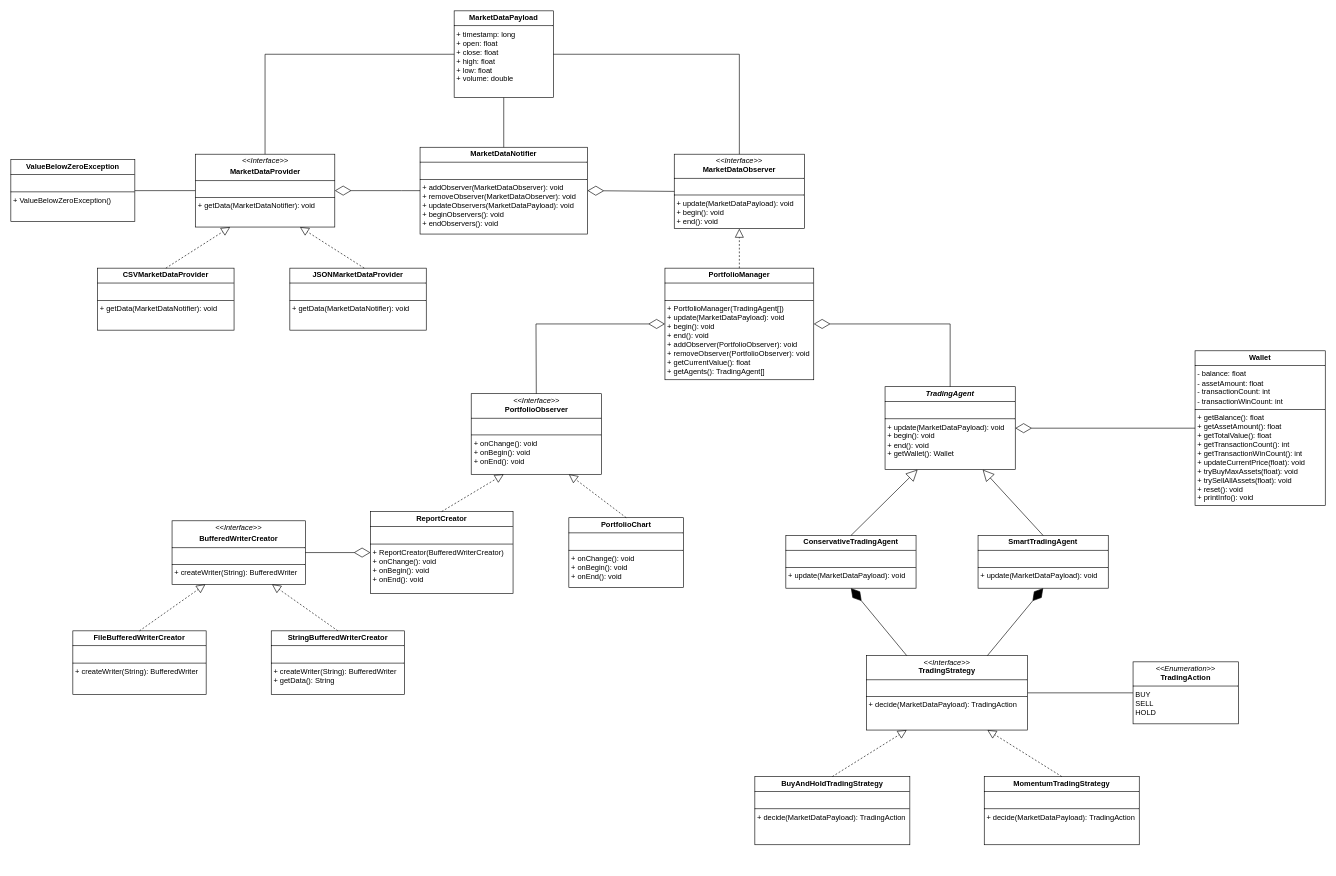
Earlier version of the draw.io diagram assets/uml.drawio (Filipeak/mini-hedge-fund). Source tidied: cells renumbered, new cells numbered last; positions are measured from the earlier drawing's top-left corner, leaving out a move shared by most shapes. Both pictures are drawn from the tidied source at 62%, with x=0, y=0 at pixel (11, 11).
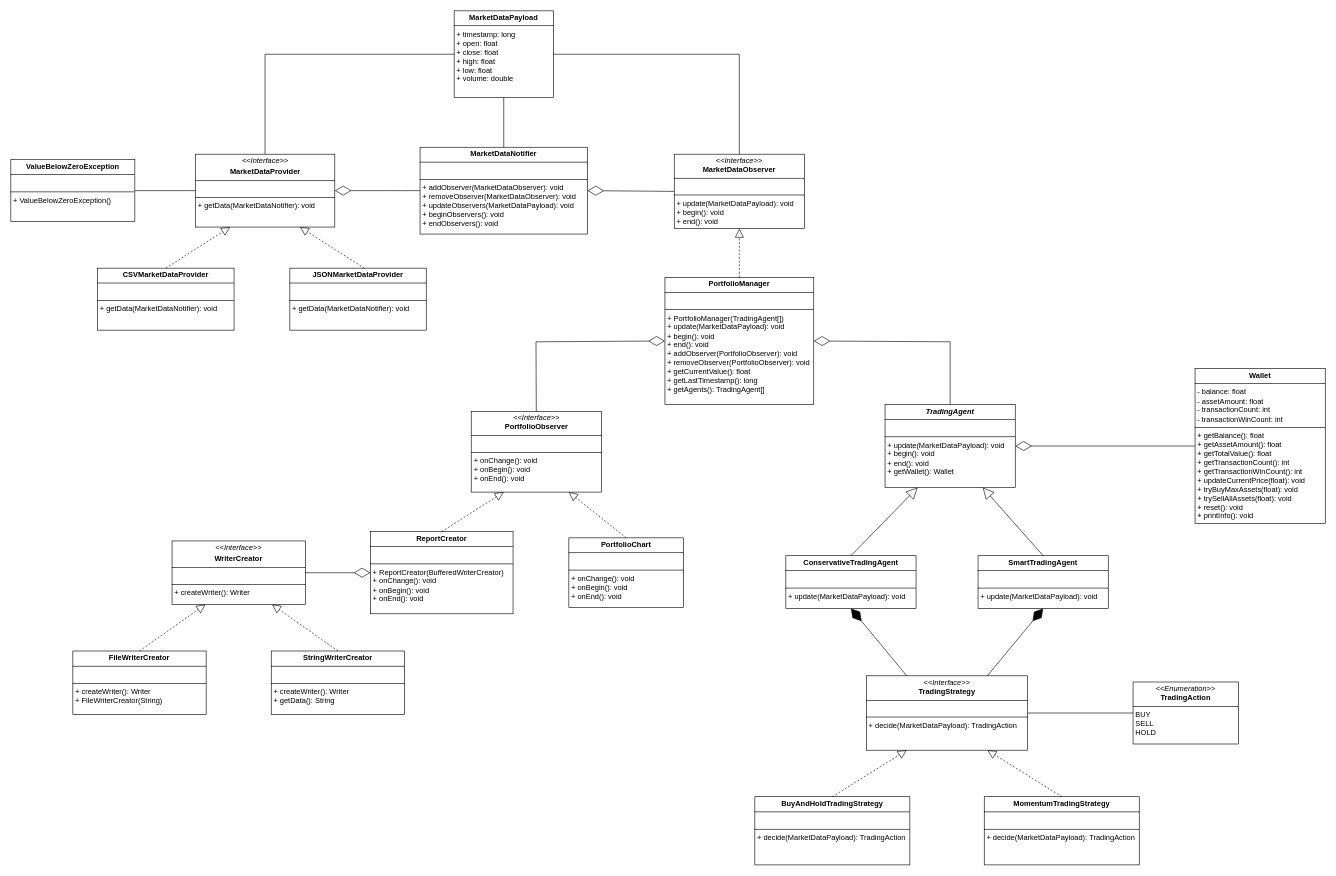
The same diagram, later.

Commit message (it also covers changes not shown here):
Adjust architecture to code requirements

What changed in the source:
```diff
@@
     <mxCell id="5" value="&lt;p style=&quot;margin:0px;margin-top:4px;text-align:center;&quot;&gt;&lt;b style=&quot;background-color: transparent; color: light-dark(rgb(0, 0, 0), rgb(255, 255, 255));&quot;&gt;&lt;i&gt;TradingAgent&lt;/i&gt;&lt;/b&gt;&lt;/p&gt;&lt;hr size=&quot;1&quot; style=&quot;border-style:solid;&quot;&gt;&lt;p style=&quot;margin:0px;margin-left:4px;&quot;&gt;&lt;br&gt;&lt;/p&gt;&lt;hr size=&quot;1&quot; style=&quot;border-style:solid;&quot;&gt;&lt;p style=&quot;margin:0px;margin-left:4px;&quot;&gt;+ update(MarketDataPayload): void&lt;/p&gt;&lt;p style=&quot;margin:0px;margin-left:4px;&quot;&gt;+ begin(): void&lt;/p&gt;&lt;p style=&quot;margin:0px;margin-left:4px;&quot;&gt;+ end(): void&lt;/p&gt;&lt;p style=&quot;margin:0px;margin-left:4px;&quot;&gt;+ getWallet(): Wallet&lt;/p&gt;&lt;p style=&quot;margin:0px;margin-left:4px;&quot;&gt;&lt;br&gt;&lt;/p&gt;" style="verticalAlign=top;align=left;overflow=fill;html=1;whiteSpace=wrap;" parent="1" vertex="1">
-      <mxGeometry x="1410" y="606.2" width="210" height="133.8" as="geometry" />
+      <mxGeometry x="1410" y="635" width="210" height="133.8" as="geometry" />
     </mxCell>
     <mxCell id="6" value="&lt;p style=&quot;margin:0px;margin-top:4px;text-align:center;&quot;&gt;&lt;b&gt;ConservativeTradingAgent&lt;/b&gt;&lt;/p&gt;&lt;hr size=&quot;1&quot; style=&quot;border-style:solid;&quot;&gt;&lt;p style=&quot;margin:0px;margin-left:4px;&quot;&gt;&lt;br&gt;&lt;/p&gt;&lt;hr size=&quot;1&quot; style=&quot;border-style:solid;&quot;&gt;&lt;p style=&quot;margin: 0px 0px 0px 4px;&quot;&gt;+ update(MarketDataPayload): void&lt;/p&gt;&lt;p style=&quot;margin:0px;margin-left:4px;&quot;&gt;&lt;br&gt;&lt;/p&gt;" style="verticalAlign=top;align=left;overflow=fill;html=1;whiteSpace=wrap;" parent="1" vertex="1">
-      <mxGeometry x="1250" y="846.2" width="210" height="85" as="geometry" />
+      <mxGeometry x="1250" y="878.8" width="210" height="85" as="geometry" />
     </mxCell>
     <mxCell id="7" value="&lt;p style=&quot;margin:0px;margin-top:4px;text-align:center;&quot;&gt;&lt;b&gt;SmartTradingAgent&lt;/b&gt;&lt;/p&gt;&lt;hr size=&quot;1&quot; style=&quot;border-style:solid;&quot;&gt;&lt;p style=&quot;margin:0px;margin-left:4px;&quot;&gt;&lt;br&gt;&lt;/p&gt;&lt;hr size=&quot;1&quot; style=&quot;border-style:solid;&quot;&gt;&lt;p style=&quot;margin: 0px 0px 0px 4px;&quot;&gt;+ update(MarketDataPayload): void&lt;/p&gt;" style="verticalAlign=top;align=left;overflow=fill;html=1;whiteSpace=wrap;" parent="1" vertex="1">
-      <mxGeometry x="1560" y="846.2" width="210" height="85" as="geometry" />
+      <mxGeometry x="1560" y="878.8" width="210" height="85" as="geometry" />
     </mxCell>
     <mxCell id="8" value="&lt;p style=&quot;margin:0px;margin-top:4px;text-align:center;&quot;&gt;&lt;i&gt;&amp;lt;&amp;lt;Interface&amp;gt;&amp;gt;&lt;/i&gt;&lt;br&gt;&lt;b&gt;TradingStrategy&lt;/b&gt;&lt;/p&gt;&lt;hr size=&quot;1&quot; style=&quot;border-style:solid;&quot;&gt;&lt;p style=&quot;margin:0px;margin-left:4px;&quot;&gt;&lt;br&gt;&lt;/p&gt;&lt;hr size=&quot;1&quot; style=&quot;border-style:solid;&quot;&gt;&lt;p style=&quot;margin:0px;margin-left:4px;&quot;&gt;+ decide(MarketDataPayload): TradingAction&lt;br&gt;&lt;/p&gt;" style="verticalAlign=top;align=left;overflow=fill;html=1;whiteSpace=wrap;" parent="1" vertex="1">
-      <mxGeometry x="1380" y="1040" width="260" height="120" as="geometry" />
+      <mxGeometry x="1380" y="1072.5" width="260" height="120" as="geometry" />
     </mxCell>
     <mxCell id="9" value="&lt;p style=&quot;margin:0px;margin-top:4px;text-align:center;&quot;&gt;&lt;i&gt;&amp;lt;&amp;lt;Enumeration&amp;gt;&amp;gt;&lt;/i&gt;&lt;br&gt;&lt;b&gt;TradingAction&lt;/b&gt;&lt;/p&gt;&lt;hr size=&quot;1&quot; style=&quot;border-style:solid;&quot;&gt;&lt;p style=&quot;margin:0px;margin-left:4px;&quot;&gt;BUY&lt;/p&gt;&lt;p style=&quot;margin:0px;margin-left:4px;&quot;&gt;SELL&lt;/p&gt;&lt;p style=&quot;margin:0px;margin-left:4px;&quot;&gt;HOLD&lt;/p&gt;" style="verticalAlign=top;align=left;overflow=fill;html=1;whiteSpace=wrap;" parent="1" vertex="1">
-      <mxGeometry x="1810" y="1050" width="170" height="100" as="geometry" />
+      <mxGeometry x="1810" y="1082.5" width="170" height="100" as="geometry" />
     </mxCell>
@@
     <mxCell id="11" value="&lt;p style=&quot;margin:0px;margin-top:4px;text-align:center;&quot;&gt;&lt;b&gt;BuyAndHoldTradingStrategy&lt;/b&gt;&lt;/p&gt;&lt;hr size=&quot;1&quot; style=&quot;border-style:solid;&quot;&gt;&lt;p style=&quot;margin:0px;margin-left:4px;&quot;&gt;&lt;br&gt;&lt;/p&gt;&lt;hr size=&quot;1&quot; style=&quot;border-style:solid;&quot;&gt;&lt;p style=&quot;margin:0px;margin-left:4px;&quot;&gt;+ decide(MarketDataPayload):&amp;nbsp;&lt;span style=&quot;background-color: transparent; color: light-dark(rgb(0, 0, 0), rgb(255, 255, 255));&quot;&gt;TradingAction&lt;/span&gt;&lt;br&gt;&lt;/p&gt;&lt;p style=&quot;margin:0px;margin-left:4px;&quot;&gt;&lt;br&gt;&lt;/p&gt;" style="verticalAlign=top;align=left;overflow=fill;html=1;whiteSpace=wrap;" parent="1" vertex="1">
-      <mxGeometry x="1200" y="1235" width="250" height="110" as="geometry" />
+      <mxGeometry x="1200" y="1267.5" width="250" height="110" as="geometry" />
     </mxCell>
     <mxCell id="12" value="&lt;p style=&quot;margin:0px;margin-top:4px;text-align:center;&quot;&gt;&lt;b&gt;MomentumTradingStrategy&lt;/b&gt;&lt;/p&gt;&lt;hr size=&quot;1&quot; style=&quot;border-style:solid;&quot;&gt;&lt;p style=&quot;margin:0px;margin-left:4px;&quot;&gt;&lt;br&gt;&lt;/p&gt;&lt;hr size=&quot;1&quot; style=&quot;border-style:solid;&quot;&gt;&lt;p style=&quot;margin:0px;margin-left:4px;&quot;&gt;+ decide(MarketDataPayload):&amp;nbsp;&lt;span style=&quot;background-color: transparent; color: light-dark(rgb(0, 0, 0), rgb(255, 255, 255));&quot;&gt;TradingAction&lt;/span&gt;&lt;br&gt;&lt;/p&gt;&lt;p style=&quot;margin:0px;margin-left:4px;&quot;&gt;&lt;br&gt;&lt;/p&gt;" style="verticalAlign=top;align=left;overflow=fill;html=1;whiteSpace=wrap;" parent="1" vertex="1">
-      <mxGeometry x="1570" y="1235" width="250" height="110" as="geometry" />
+      <mxGeometry x="1570" y="1267.5" width="250" height="110" as="geometry" />
     </mxCell>
@@
     <mxCell id="25" value="&lt;p style=&quot;margin: 4px 0px 0px; text-align: center;&quot;&gt;&lt;b&gt;Wallet&lt;/b&gt;&lt;/p&gt;&lt;hr size=&quot;1&quot; style=&quot;border-style: solid;&quot;&gt;&lt;p style=&quot;margin: 0px 0px 0px 4px;&quot;&gt;- balance: float&lt;/p&gt;&lt;p style=&quot;margin: 0px 0px 0px 4px;&quot;&gt;- assetAmount: float&lt;/p&gt;&lt;p style=&quot;margin: 0px 0px 0px 4px;&quot;&gt;- transactionCount: int&lt;/p&gt;&lt;p style=&quot;margin: 0px 0px 0px 4px;&quot;&gt;- transactionWinCount: int&lt;/p&gt;&lt;hr size=&quot;1&quot; style=&quot;border-style: solid;&quot;&gt;&lt;p style=&quot;margin: 0px 0px 0px 4px;&quot;&gt;&lt;span style=&quot;background-color: transparent; color: light-dark(rgb(0, 0, 0), rgb(255, 255, 255));&quot;&gt;+ getBalance(): float&lt;/span&gt;&lt;/p&gt;&lt;p style=&quot;margin: 0px 0px 0px 4px;&quot;&gt;&lt;span style=&quot;background-color: transparent; color: light-dark(rgb(0, 0, 0), rgb(255, 255, 255));&quot;&gt;+ getAssetAmount(): float&lt;/span&gt;&lt;/p&gt;&lt;p style=&quot;margin: 0px 0px 0px 4px;&quot;&gt;+ getTotalValue(): float&lt;span style=&quot;background-color: transparent; color: light-dark(rgb(0, 0, 0), rgb(255, 255, 255));&quot;&gt;&lt;/span&gt;&lt;/p&gt;&lt;p style=&quot;margin: 0px 0px 0px 4px;&quot;&gt;&lt;span style=&quot;background-color: transparent; color: light-dark(rgb(0, 0, 0), rgb(255, 255, 255));&quot;&gt;+ getTransactionCount(): int&lt;/span&gt;&lt;/p&gt;&lt;p style=&quot;margin: 0px 0px 0px 4px;&quot;&gt;&lt;span style=&quot;background-color: transparent; color: light-dark(rgb(0, 0, 0), rgb(255, 255, 255));&quot;&gt;+ getTransactionWinCount(): int&lt;/span&gt;&lt;/p&gt;&lt;p style=&quot;margin: 0px 0px 0px 4px;&quot;&gt;&lt;span style=&quot;background-color: transparent; color: light-dark(rgb(0, 0, 0), rgb(255, 255, 255));&quot;&gt;+ updateCurrentPrice(float): void&lt;/span&gt;&lt;/p&gt;&lt;p style=&quot;margin: 0px 0px 0px 4px;&quot;&gt;&lt;span style=&quot;background-color: transparent; color: light-dark(rgb(0, 0, 0), rgb(255, 255, 255));&quot;&gt;+ tryBuyMaxAssets(float): void&lt;/span&gt;&lt;/p&gt;&lt;p style=&quot;margin: 0px 0px 0px 4px;&quot;&gt;&lt;span style=&quot;background-color: transparent; color: light-dark(rgb(0, 0, 0), rgb(255, 255, 255));&quot;&gt;+ trySellAllAssets(float): void&lt;/span&gt;&lt;/p&gt;&lt;p style=&quot;margin: 0px 0px 0px 4px;&quot;&gt;+ reset(): void&lt;span style=&quot;background-color: transparent; color: light-dark(rgb(0, 0, 0), rgb(255, 255, 255));&quot;&gt;&lt;/span&gt;&lt;/p&gt;&lt;p style=&quot;margin: 0px 0px 0px 4px;&quot;&gt;+ printInfo(): void&lt;/p&gt;" style="verticalAlign=top;align=left;overflow=fill;html=1;whiteSpace=wrap;" parent="1" vertex="1">
-      <mxGeometry x="1910" y="548.3" width="210" height="249.6" as="geometry" />
+      <mxGeometry x="1910" y="577.1" width="210" height="249.6" as="geometry" />
     </mxCell>
-    <mxCell id="26" value="&lt;p style=&quot;margin:0px;margin-top:4px;text-align:center;&quot;&gt;&lt;b style=&quot;&quot;&gt;PortfolioManager&lt;/b&gt;&lt;/p&gt;&lt;hr size=&quot;1&quot; style=&quot;border-style:solid;&quot;&gt;&lt;p style=&quot;margin:0px;margin-left:4px;&quot;&gt;&lt;br&gt;&lt;/p&gt;&lt;hr size=&quot;1&quot; style=&quot;border-style:solid;&quot;&gt;&lt;p style=&quot;margin:0px;margin-left:4px;&quot;&gt;+ PortfolioManager(TradingAgent[])&lt;/p&gt;&lt;p style=&quot;margin:0px;margin-left:4px;&quot;&gt;+ update(MarketDataPayload): void&lt;br&gt;&lt;/p&gt;&lt;p style=&quot;margin:0px;margin-left:4px;&quot;&gt;+ begin(): void&lt;/p&gt;&lt;p style=&quot;margin:0px;margin-left:4px;&quot;&gt;+ end(): void&lt;/p&gt;&lt;p style=&quot;margin:0px;margin-left:4px;&quot;&gt;+ addObserver(PortfolioObserver): void&lt;/p&gt;&lt;p style=&quot;margin:0px;margin-left:4px;&quot;&gt;+ removeObserver(PortfolioObserver): void&lt;/p&gt;&lt;p style=&quot;margin:0px;margin-left:4px;&quot;&gt;+ getCurrentValue(): float&lt;/p&gt;&lt;p style=&quot;margin:0px;margin-left:4px;&quot;&gt;+ getAgents(): TradingAgent[]&lt;/p&gt;" style="verticalAlign=top;align=left;overflow=fill;html=1;whiteSpace=wrap;" parent="1" vertex="1">
-      <mxGeometry x="1055" y="415" width="240" height="180" as="geometry" />
+    <mxCell id="26" value="&lt;p style=&quot;margin:0px;margin-top:4px;text-align:center;&quot;&gt;&lt;b style=&quot;&quot;&gt;PortfolioManager&lt;/b&gt;&lt;/p&gt;&lt;hr size=&quot;1&quot; style=&quot;border-style:solid;&quot;&gt;&lt;p style=&quot;margin:0px;margin-left:4px;&quot;&gt;&lt;br&gt;&lt;/p&gt;&lt;hr size=&quot;1&quot; style=&quot;border-style:solid;&quot;&gt;&lt;p style=&quot;margin:0px;margin-left:4px;&quot;&gt;+ PortfolioManager(TradingAgent[])&lt;/p&gt;&lt;p style=&quot;margin:0px;margin-left:4px;&quot;&gt;+ update(MarketDataPayload): void&lt;br&gt;&lt;/p&gt;&lt;p style=&quot;margin:0px;margin-left:4px;&quot;&gt;+ begin(): void&lt;/p&gt;&lt;p style=&quot;margin:0px;margin-left:4px;&quot;&gt;+ end(): void&lt;/p&gt;&lt;p style=&quot;margin:0px;margin-left:4px;&quot;&gt;+ addObserver(PortfolioObserver): void&lt;/p&gt;&lt;p style=&quot;margin:0px;margin-left:4px;&quot;&gt;+ removeObserver(PortfolioObserver): void&lt;/p&gt;&lt;p style=&quot;margin:0px;margin-left:4px;&quot;&gt;+ getCurrentValue(): float&lt;/p&gt;&lt;p style=&quot;margin:0px;margin-left:4px;&quot;&gt;+ getLastTimestamp(): long&lt;/p&gt;&lt;p style=&quot;margin:0px;margin-left:4px;&quot;&gt;+ getAgents(): TradingAgent[]&lt;/p&gt;" style="verticalAlign=top;align=left;overflow=fill;html=1;whiteSpace=wrap;" parent="1" vertex="1">
+      <mxGeometry x="1055" y="430" width="240" height="205" as="geometry" />
     </mxCell>
@@
     <mxCell id="29" value="&lt;p style=&quot;margin:0px;margin-top:4px;text-align:center;&quot;&gt;&lt;i&gt;&amp;lt;&amp;lt;Interface&amp;gt;&amp;gt;&lt;/i&gt;&lt;br&gt;&lt;b&gt;PortfolioObserver&lt;/b&gt;&lt;/p&gt;&lt;hr size=&quot;1&quot; style=&quot;border-style:solid;&quot;&gt;&lt;p style=&quot;margin:0px;margin-left:4px;&quot;&gt;&lt;br&gt;&lt;/p&gt;&lt;hr size=&quot;1&quot; style=&quot;border-style:solid;&quot;&gt;&lt;p style=&quot;margin:0px;margin-left:4px;&quot;&gt;+ onChange(): void&lt;br&gt;&lt;/p&gt;&lt;p style=&quot;margin:0px;margin-left:4px;&quot;&gt;+ onBegin(): void&lt;/p&gt;&lt;p style=&quot;margin:0px;margin-left:4px;&quot;&gt;+ onEnd(): void&lt;/p&gt;" style="verticalAlign=top;align=left;overflow=fill;html=1;whiteSpace=wrap;" parent="1" vertex="1">
-      <mxGeometry x="742.5" y="617.5" width="210" height="130" as="geometry" />
+      <mxGeometry x="742.5" y="646.2" width="210" height="130" as="geometry" />
     </mxCell>
     <mxCell id="30" style="endArrow=diamondThin;endFill=0;endSize=24;html=1;rounded=0;entryX=1;entryY=0.5;entryDx=0;entryDy=0;exitX=0.5;exitY=0;exitDx=0;exitDy=0;" parent="1" edge="1" source="5" target="26">
       <mxGeometry relative="1" as="geometry">
         <Array as="points">
-          <mxPoint x="1515" y="505" />
+          <mxPoint x="1515" y="533.8" />
         </Array>
       </mxGeometry>
     </mxCell>
     <mxCell id="31" value="&lt;p style=&quot;margin:0px;margin-top:4px;text-align:center;&quot;&gt;&lt;b&gt;PortfolioChart&lt;/b&gt;&lt;/p&gt;&lt;hr size=&quot;1&quot; style=&quot;border-style:solid;&quot;&gt;&lt;p style=&quot;margin:0px;margin-left:4px;&quot;&gt;&lt;br&gt;&lt;/p&gt;&lt;hr size=&quot;1&quot; style=&quot;border-style:solid;&quot;&gt;&lt;p style=&quot;margin: 0px 0px 0px 4px;&quot;&gt;+ onChange(): void&lt;br&gt;&lt;/p&gt;&lt;p style=&quot;margin: 0px 0px 0px 4px;&quot;&gt;+ onBegin(): void&lt;/p&gt;&lt;p style=&quot;margin: 0px 0px 0px 4px;&quot;&gt;+ onEnd(): void&lt;/p&gt;" style="verticalAlign=top;align=left;overflow=fill;html=1;whiteSpace=wrap;" parent="1" vertex="1">
-      <mxGeometry x="900" y="817.5" width="185" height="112.5" as="geometry" />
+      <mxGeometry x="900" y="850" width="185" height="112.5" as="geometry" />
     </mxCell>
@@
     <mxCell id="33" value="&lt;p style=&quot;margin:0px;margin-top:4px;text-align:center;&quot;&gt;&lt;b&gt;ReportCreator&lt;/b&gt;&lt;/p&gt;&lt;hr size=&quot;1&quot; style=&quot;border-style:solid;&quot;&gt;&lt;p style=&quot;margin:0px;margin-left:4px;&quot;&gt;&lt;br&gt;&lt;/p&gt;&lt;hr size=&quot;1&quot; style=&quot;border-style:solid;&quot;&gt;&lt;p style=&quot;margin: 0px 0px 0px 4px;&quot;&gt;+ ReportCreator(BufferedWriterCreator)&lt;/p&gt;&lt;p style=&quot;margin: 0px 0px 0px 4px;&quot;&gt;+ onChange(): void&lt;br&gt;&lt;/p&gt;&lt;p style=&quot;margin: 0px 0px 0px 4px;&quot;&gt;+ onBegin(): void&lt;/p&gt;&lt;p style=&quot;margin: 0px 0px 0px 4px;&quot;&gt;+ onEnd(): void&lt;/p&gt;" style="verticalAlign=top;align=left;overflow=fill;html=1;whiteSpace=wrap;" parent="1" vertex="1">
-      <mxGeometry x="580" y="807.5" width="230" height="132.5" as="geometry" />
+      <mxGeometry x="580" y="840" width="230" height="132.5" as="geometry" />
     </mxCell>
@@
     <mxCell id="35" style="endArrow=diamondThin;endFill=0;endSize=24;html=1;rounded=0;entryX=0;entryY=0.5;entryDx=0;entryDy=0;exitX=0.5;exitY=0;exitDx=0;exitDy=0;" parent="1" edge="1" source="29" target="26">
       <mxGeometry relative="1" as="geometry">
         <Array as="points">
-          <mxPoint x="847" y="505" />
+          <mxPoint x="847" y="533.8" />
         </Array>
       </mxGeometry>
     </mxCell>
@@
-    <mxCell id="42" value="&lt;p style=&quot;margin:0px;margin-top:4px;text-align:center;&quot;&gt;&lt;i&gt;&amp;lt;&amp;lt;Interface&amp;gt;&amp;gt;&lt;/i&gt;&lt;/p&gt;&lt;p style=&quot;margin:0px;margin-top:4px;text-align:center;&quot;&gt;&lt;b&gt;BufferedWriterCreator&lt;/b&gt;&lt;/p&gt;&lt;hr size=&quot;1&quot; style=&quot;border-style:solid;&quot;&gt;&lt;p style=&quot;margin:0px;margin-left:4px;&quot;&gt;&lt;br&gt;&lt;/p&gt;&lt;hr size=&quot;1&quot; style=&quot;border-style:solid;&quot;&gt;&lt;p style=&quot;margin: 0px 0px 0px 4px;&quot;&gt;+ createWriter(String): BufferedWriter&lt;/p&gt;" style="verticalAlign=top;align=left;overflow=fill;html=1;whiteSpace=wrap;" parent="1" vertex="1">
-      <mxGeometry x="260" y="822.5" width="215" height="102.5" as="geometry" />
+    <mxCell id="42" value="&lt;p style=&quot;margin:0px;margin-top:4px;text-align:center;&quot;&gt;&lt;i&gt;&amp;lt;&amp;lt;Interface&amp;gt;&amp;gt;&lt;/i&gt;&lt;/p&gt;&lt;p style=&quot;margin:0px;margin-top:4px;text-align:center;&quot;&gt;&lt;b&gt;WriterCreator&lt;/b&gt;&lt;/p&gt;&lt;hr size=&quot;1&quot; style=&quot;border-style:solid;&quot;&gt;&lt;p style=&quot;margin:0px;margin-left:4px;&quot;&gt;&lt;br&gt;&lt;/p&gt;&lt;hr size=&quot;1&quot; style=&quot;border-style:solid;&quot;&gt;&lt;p style=&quot;margin: 0px 0px 0px 4px;&quot;&gt;+ createWriter(): Writer&lt;/p&gt;" style="verticalAlign=top;align=left;overflow=fill;html=1;whiteSpace=wrap;" parent="1" vertex="1">
+      <mxGeometry x="260" y="855" width="215" height="102.5" as="geometry" />
     </mxCell>
@@
-    <mxCell id="44" value="&lt;p style=&quot;margin:0px;margin-top:4px;text-align:center;&quot;&gt;&lt;b&gt;FileBufferedWriterCreator&lt;/b&gt;&lt;/p&gt;&lt;hr size=&quot;1&quot; style=&quot;border-style:solid;&quot;&gt;&lt;p style=&quot;margin:0px;margin-left:4px;&quot;&gt;&lt;br&gt;&lt;/p&gt;&lt;hr size=&quot;1&quot; style=&quot;border-style:solid;&quot;&gt;&lt;p style=&quot;margin: 0px 0px 0px 4px;&quot;&gt;+ createWriter(String): BufferedWriter&lt;/p&gt;" style="verticalAlign=top;align=left;overflow=fill;html=1;whiteSpace=wrap;" parent="1" vertex="1">
-      <mxGeometry x="100" y="1000" width="215" height="102.5" as="geometry" />
+    <mxCell id="44" value="&lt;p style=&quot;margin:0px;margin-top:4px;text-align:center;&quot;&gt;&lt;b&gt;FileWriterCreator&lt;/b&gt;&lt;/p&gt;&lt;hr size=&quot;1&quot; style=&quot;border-style:solid;&quot;&gt;&lt;p style=&quot;margin:0px;margin-left:4px;&quot;&gt;&lt;br&gt;&lt;/p&gt;&lt;hr size=&quot;1&quot; style=&quot;border-style:solid;&quot;&gt;&lt;p style=&quot;margin: 0px 0px 0px 4px;&quot;&gt;+ createWriter(): Writer&lt;/p&gt;&lt;p style=&quot;margin: 0px 0px 0px 4px;&quot;&gt;+&amp;nbsp;FileWriterCreator(String)&lt;/p&gt;" style="verticalAlign=top;align=left;overflow=fill;html=1;whiteSpace=wrap;" parent="1" vertex="1">
+      <mxGeometry x="100" y="1032.5" width="215" height="102.5" as="geometry" />
     </mxCell>
-    <mxCell id="45" value="&lt;p style=&quot;margin:0px;margin-top:4px;text-align:center;&quot;&gt;&lt;b&gt;StringBufferedWriterCreator&lt;/b&gt;&lt;/p&gt;&lt;hr size=&quot;1&quot; style=&quot;border-style:solid;&quot;&gt;&lt;p style=&quot;margin:0px;margin-left:4px;&quot;&gt;&lt;br&gt;&lt;/p&gt;&lt;hr size=&quot;1&quot; style=&quot;border-style:solid;&quot;&gt;&lt;p style=&quot;margin: 0px 0px 0px 4px;&quot;&gt;+ createWriter(String): BufferedWriter&lt;/p&gt;&lt;p style=&quot;margin: 0px 0px 0px 4px;&quot;&gt;+ getData(): String&lt;/p&gt;" style="verticalAlign=top;align=left;overflow=fill;html=1;whiteSpace=wrap;" parent="1" vertex="1">
-      <mxGeometry x="420" y="1000" width="215" height="102.5" as="geometry" />
+    <mxCell id="45" value="&lt;p style=&quot;margin:0px;margin-top:4px;text-align:center;&quot;&gt;&lt;b&gt;StringWriterCreator&lt;/b&gt;&lt;/p&gt;&lt;hr size=&quot;1&quot; style=&quot;border-style:solid;&quot;&gt;&lt;p style=&quot;margin:0px;margin-left:4px;&quot;&gt;&lt;br&gt;&lt;/p&gt;&lt;hr size=&quot;1&quot; style=&quot;border-style:solid;&quot;&gt;&lt;p style=&quot;margin: 0px 0px 0px 4px;&quot;&gt;+ createWriter(): Writer&lt;/p&gt;&lt;p style=&quot;margin: 0px 0px 0px 4px;&quot;&gt;+ getData(): String&lt;/p&gt;" style="verticalAlign=top;align=left;overflow=fill;html=1;whiteSpace=wrap;" parent="1" vertex="1">
+      <mxGeometry x="420" y="1032.5" width="215" height="102.5" as="geometry" />
     </mxCell>
```
